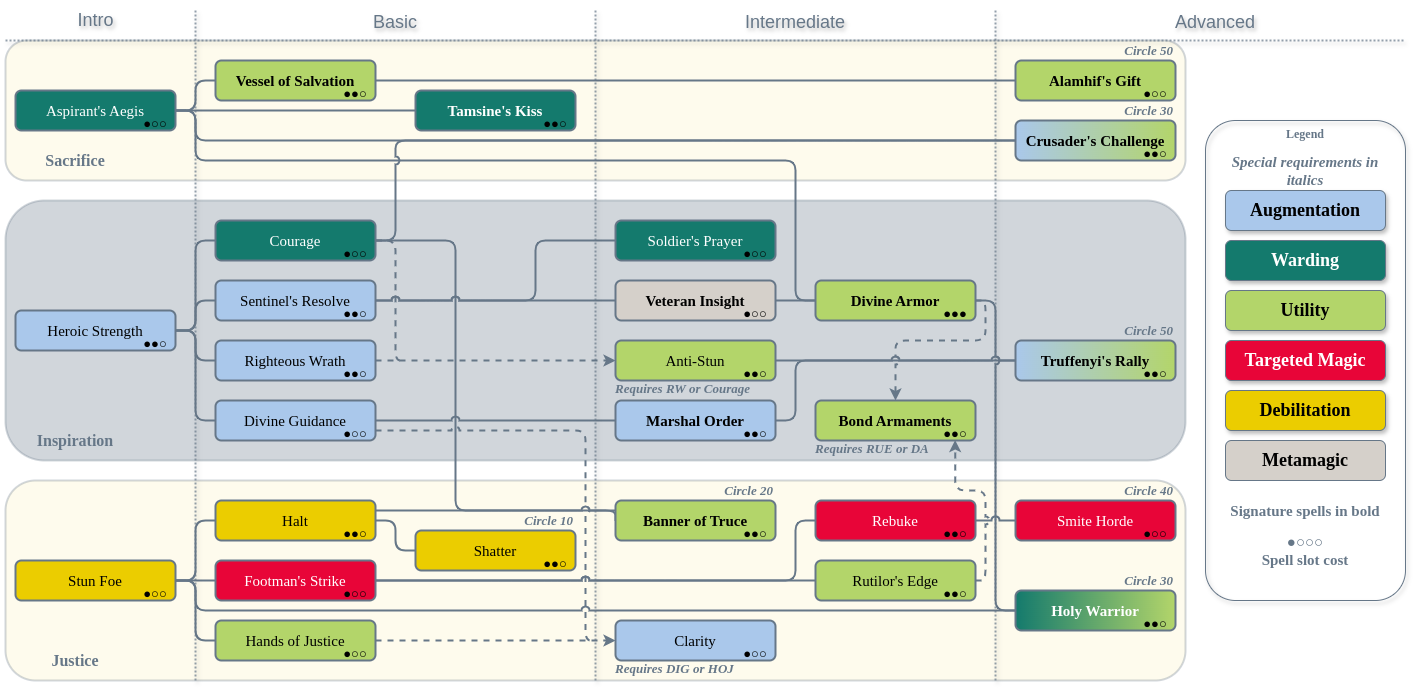
This is Paladin/Paladin.png from MahtraDR/dr-spell-trees, a draw.io export, as it was before one commit. Source tidied: cells renumbered, new cells last; positions are measured from the earlier drawing's top-left corner, leaving out a move shared by most shapes.
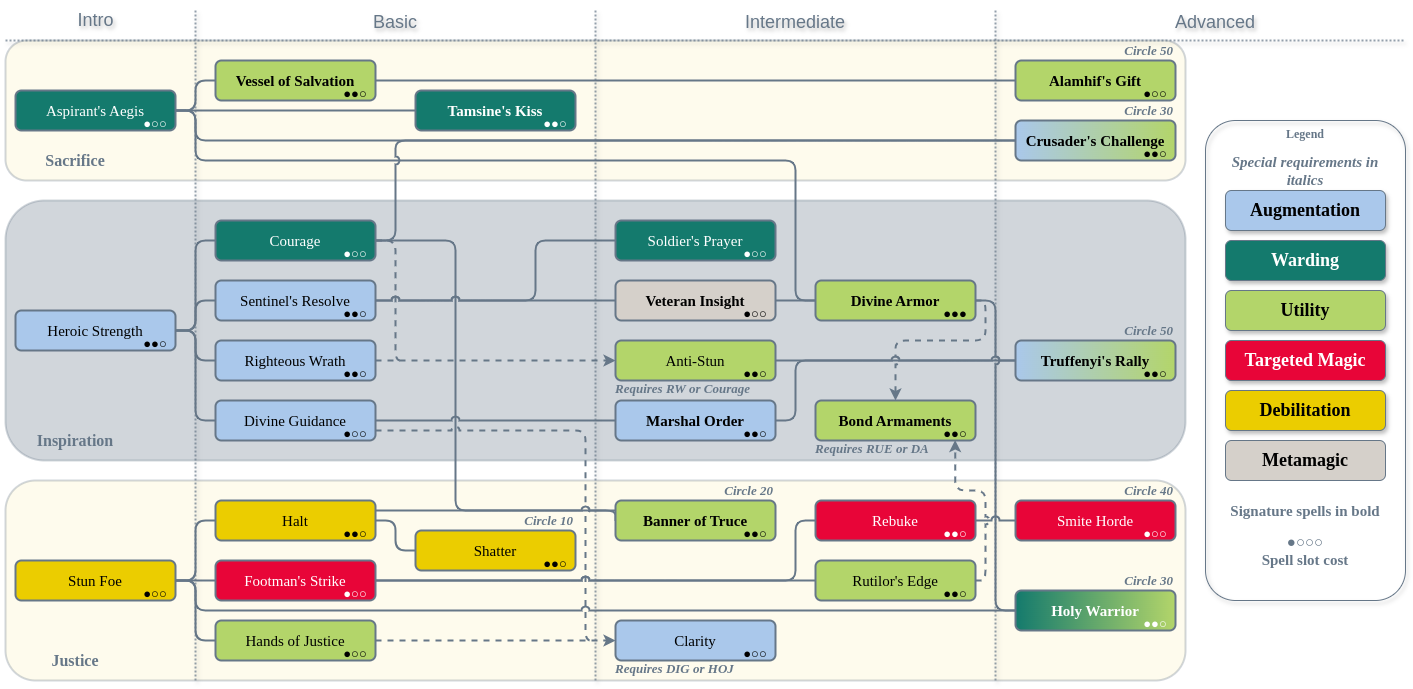
After the commit.

Change to the diagram source:
```diff
@@ -381,7 +381,7 @@
     <mxCell id="92" value="●○○" style="text;align=center;verticalAlign=middle;rounded=0;fontFamily=Helvetica;fontSize=13;fontColor=default;labelBackgroundColor=none;spacing=0;spacingTop=0;spacingBottom=-5;fillColor=none;" parent="91" vertex="1">
       <mxGeometry x="130" y="580" width="40" height="20" as="geometry" />
     </mxCell>
-    <mxCell id="93" value="●○○" style="text;align=center;verticalAlign=middle;rounded=0;fontFamily=Helvetica;fontSize=13;fontColor=default;labelBackgroundColor=none;spacing=0;spacingTop=0;spacingBottom=-5;fillColor=none;" parent="91" vertex="1">
+    <mxCell id="93" value="●○○" style="text;align=center;verticalAlign=middle;rounded=0;fontFamily=Helvetica;fontSize=13;fontColor=#FFFFFF;labelBackgroundColor=none;spacing=0;spacingTop=0;spacingBottom=-5;fillColor=none;" parent="91" vertex="1">
       <mxGeometry x="130" y="110" width="40" height="20" as="geometry" />
     </mxCell>
     <mxCell id="94" value="●○○" style="text;align=center;verticalAlign=middle;rounded=0;fontFamily=Helvetica;fontSize=13;fontColor=default;labelBackgroundColor=none;spacing=0;spacingTop=0;spacingBottom=-5;fillColor=none;" parent="91" vertex="1">
@@ -390,22 +390,22 @@
     <mxCell id="95" value="●○○" style="text;align=center;verticalAlign=middle;rounded=0;fontFamily=Helvetica;fontSize=13;fontColor=default;labelBackgroundColor=none;spacing=0;spacingTop=0;spacingBottom=-5;fillColor=none;" parent="91" vertex="1">
       <mxGeometry x="730" y="300" width="40" height="20" as="geometry" />
     </mxCell>
-    <mxCell id="96" value="●○○" style="text;align=center;verticalAlign=middle;rounded=0;fontFamily=Helvetica;fontSize=13;fontColor=default;labelBackgroundColor=none;spacing=0;spacingTop=0;spacingBottom=-5;fillColor=none;" parent="91" vertex="1">
+    <mxCell id="96" value="●○○" style="text;align=center;verticalAlign=middle;rounded=0;fontFamily=Helvetica;fontSize=13;fontColor=#FFFFFF;labelBackgroundColor=none;spacing=0;spacingTop=0;spacingBottom=-5;fillColor=none;" parent="91" vertex="1">
       <mxGeometry x="330" y="240" width="40" height="20" as="geometry" />
     </mxCell>
     <mxCell id="97" value="●○○" style="text;align=center;verticalAlign=middle;rounded=0;fontFamily=Helvetica;fontSize=13;fontColor=default;labelBackgroundColor=none;spacing=0;spacingTop=0;spacingBottom=-5;fillColor=none;" parent="91" vertex="1">
       <mxGeometry x="330" y="420" width="40" height="20" as="geometry" />
     </mxCell>
-    <mxCell id="98" value="●○○" style="text;align=center;verticalAlign=middle;rounded=0;fontFamily=Helvetica;fontSize=13;fontColor=default;labelBackgroundColor=none;spacing=0;spacingTop=0;spacingBottom=-5;fillColor=none;" parent="91" vertex="1">
+    <mxCell id="98" value="●○○" style="text;align=center;verticalAlign=middle;rounded=0;fontFamily=Helvetica;fontSize=13;fontColor=#FFFFFF;labelBackgroundColor=none;spacing=0;spacingTop=0;spacingBottom=-5;fillColor=none;" parent="91" vertex="1">
       <mxGeometry x="730" y="240" width="40" height="20" as="geometry" />
     </mxCell>
-    <mxCell id="99" value="●○○" style="text;align=center;verticalAlign=middle;rounded=0;fontFamily=Helvetica;fontSize=13;fontColor=default;labelBackgroundColor=none;spacing=0;spacingTop=0;spacingBottom=-5;fillColor=none;" parent="91" vertex="1">
+    <mxCell id="99" value="●○○" style="text;align=center;verticalAlign=middle;rounded=0;fontFamily=Helvetica;fontSize=13;fontColor=#FFFFFF;labelBackgroundColor=none;spacing=0;spacingTop=0;spacingBottom=-5;fillColor=none;" parent="91" vertex="1">
       <mxGeometry x="1130" y="520" width="40" height="20" as="geometry" />
     </mxCell>
     <mxCell id="100" value="●○○" style="text;align=center;verticalAlign=middle;rounded=0;fontFamily=Helvetica;fontSize=13;fontColor=default;labelBackgroundColor=none;spacing=0;spacingTop=0;spacingBottom=-5;fillColor=none;" parent="91" vertex="1">
       <mxGeometry x="330" y="640" width="40" height="20" as="geometry" />
     </mxCell>
-    <mxCell id="101" value="●○○" style="text;align=center;verticalAlign=middle;rounded=0;fontFamily=Helvetica;fontSize=13;fontColor=default;labelBackgroundColor=none;spacing=0;spacingTop=0;spacingBottom=-5;fillColor=none;" parent="91" vertex="1">
+    <mxCell id="101" value="●○○" style="text;align=center;verticalAlign=middle;rounded=0;fontFamily=Helvetica;fontSize=13;fontColor=#FFFFFF;labelBackgroundColor=none;spacing=0;spacingTop=0;spacingBottom=-5;fillColor=none;" parent="91" vertex="1">
       <mxGeometry x="330" y="580" width="40" height="20" as="geometry" />
     </mxCell>
     <mxCell id="102" value="●○○" style="text;align=center;verticalAlign=middle;rounded=0;fontFamily=Helvetica;fontSize=13;fontColor=default;labelBackgroundColor=none;spacing=0;spacingTop=0;spacingBottom=-5;fillColor=none;" parent="91" vertex="1">
@@ -414,7 +414,7 @@
     <mxCell id="103" value="●●○" style="text;align=center;verticalAlign=middle;rounded=0;fontFamily=Helvetica;fontSize=13;fontColor=default;labelBackgroundColor=none;spacing=0;spacingTop=0;spacingBottom=-5;fillColor=none;" parent="91" vertex="1">
       <mxGeometry x="330" y="80" width="40" height="20" as="geometry" />
     </mxCell>
-    <mxCell id="104" value="●●○" style="text;align=center;verticalAlign=middle;rounded=0;fontFamily=Helvetica;fontSize=13;fontColor=default;labelBackgroundColor=none;spacing=0;spacingTop=0;spacingBottom=-5;fillColor=none;" parent="91" vertex="1">
+    <mxCell id="104" value="●●○" style="text;align=center;verticalAlign=middle;rounded=0;fontFamily=Helvetica;fontSize=13;fontColor=#FFFFFF;labelBackgroundColor=none;spacing=0;spacingTop=0;spacingBottom=-5;fillColor=none;" parent="91" vertex="1">
       <mxGeometry x="530" y="110" width="40" height="20" as="geometry" />
     </mxCell>
     <mxCell id="105" value="●●○" style="text;align=center;verticalAlign=middle;rounded=0;fontFamily=Helvetica;fontSize=13;fontColor=default;labelBackgroundColor=none;spacing=0;spacingTop=0;spacingBottom=-5;fillColor=none;" parent="91" vertex="1">
@@ -447,10 +447,10 @@
     <mxCell id="114" value="●●○" style="text;align=center;verticalAlign=middle;rounded=0;fontFamily=Helvetica;fontSize=13;fontColor=default;labelBackgroundColor=none;spacing=0;spacingTop=0;spacingBottom=-5;fillColor=none;" parent="91" vertex="1">
       <mxGeometry x="930" y="580" width="40" height="20" as="geometry" />
     </mxCell>
-    <mxCell id="115" value="●●○" style="text;align=center;verticalAlign=middle;rounded=0;fontFamily=Helvetica;fontSize=13;fontColor=default;labelBackgroundColor=none;spacing=0;spacingTop=0;spacingBottom=-5;fillColor=none;" parent="91" vertex="1">
+    <mxCell id="115" value="●●○" style="text;align=center;verticalAlign=middle;rounded=0;fontFamily=Helvetica;fontSize=13;fontColor=#FFFFFF;labelBackgroundColor=none;spacing=0;spacingTop=0;spacingBottom=-5;fillColor=none;" parent="91" vertex="1">
       <mxGeometry x="930" y="520" width="40" height="20" as="geometry" />
     </mxCell>
-    <mxCell id="116" value="●●○" style="text;align=center;verticalAlign=middle;rounded=0;fontFamily=Helvetica;fontSize=13;fontColor=default;labelBackgroundColor=none;spacing=0;spacingTop=0;spacingBottom=-5;fillColor=none;" parent="91" vertex="1">
+    <mxCell id="116" value="●●○" style="text;align=center;verticalAlign=middle;rounded=0;fontFamily=Helvetica;fontSize=13;fontColor=#FFFFFF;labelBackgroundColor=none;spacing=0;spacingTop=0;spacingBottom=-5;fillColor=none;" parent="91" vertex="1">
       <mxGeometry x="1130" y="610" width="40" height="20" as="geometry" />
     </mxCell>
     <mxCell id="117" value="●●○" style="text;align=center;verticalAlign=middle;rounded=0;fontFamily=Helvetica;fontSize=13;fontColor=default;labelBackgroundColor=none;spacing=0;spacingTop=0;spacingBottom=-5;fillColor=none;" parent="91" vertex="1">
```
